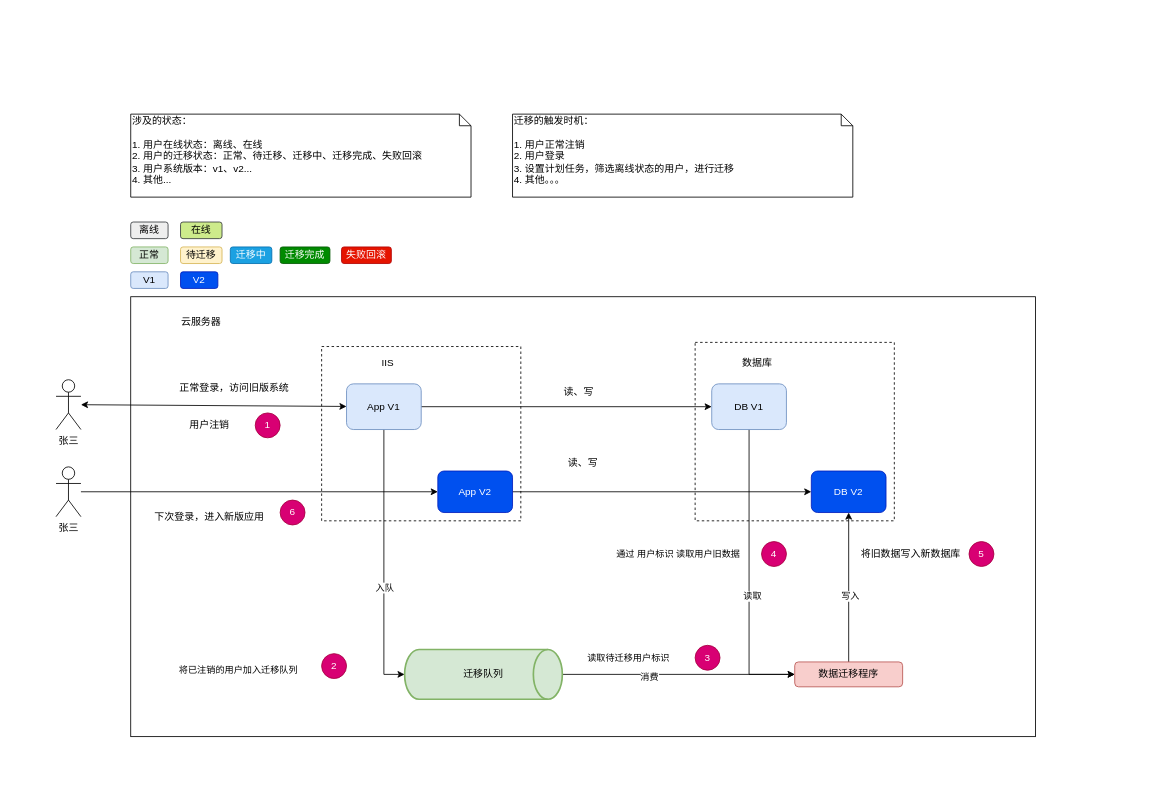
Earlier version of the draw.io diagram 线上应用及数据库无中断迁移方案.drawio (ILiuDongHui/draw-io). Source tidied: cells renumbered, new cells numbered last; positions are measured from the earlier drawing's top-left corner, leaving out a move shared by most shapes. Both pictures are drawn from the tidied source at 83%, with x=0, y=0 at pixel (56, 114).
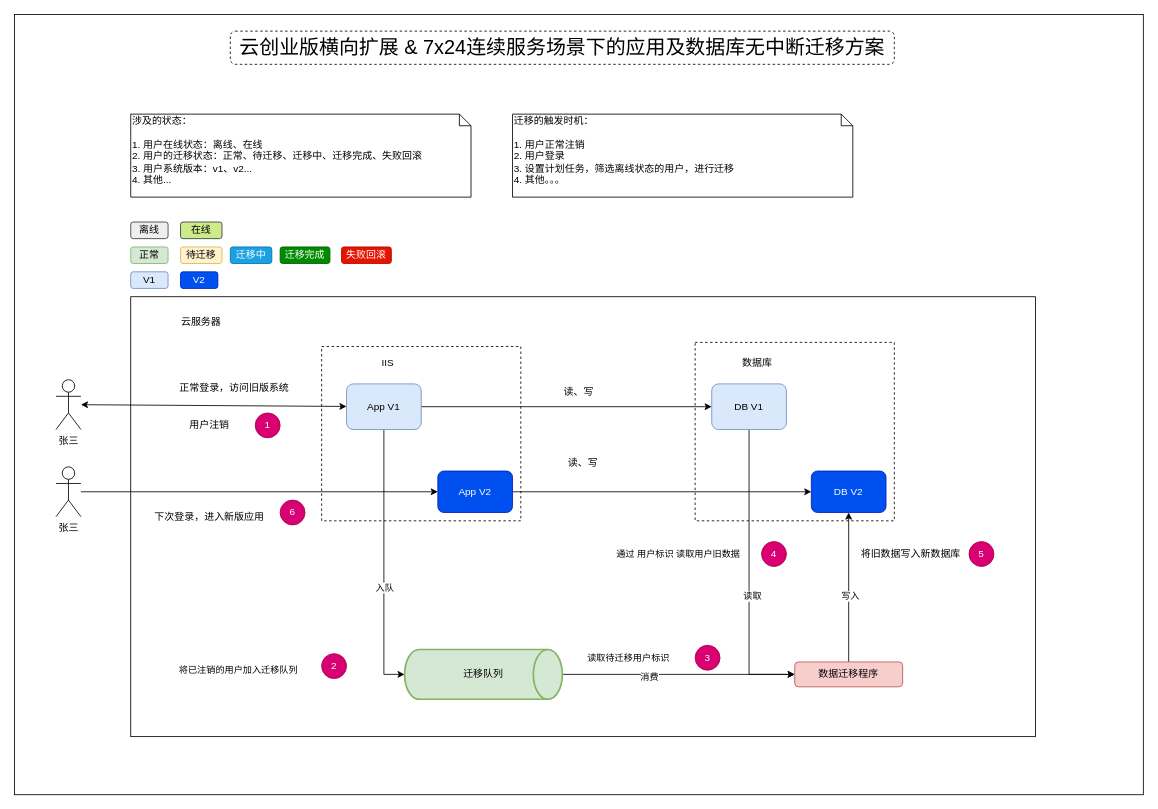
The same diagram, later.

Commit message (it also covers changes not shown here):
Update 线上应用及数据库无中断迁移方案.drawio

Diff of the diagram source:
```diff
@@
+    <mxCell id="54" style="rounded=0;whiteSpace=wrap;html=1;" parent="1" vertex="1">
+      <mxGeometry x="-50" y="-120" width="1360" height="940" as="geometry" />
+    </mxCell>
@@
+    <mxCell id="55" value="&lt;font style=&quot;font-size: 24px&quot;&gt;云创业版横向扩展 &amp;amp; 7x24连续服务场景下的应用及数据库无中断迁移方案&lt;/font&gt;" style="rounded=1;whiteSpace=wrap;html=1;dashed=1;" parent="1" vertex="1">
+      <mxGeometry x="210" y="-100" width="800" height="40" as="geometry" />
+    </mxCell>
```
